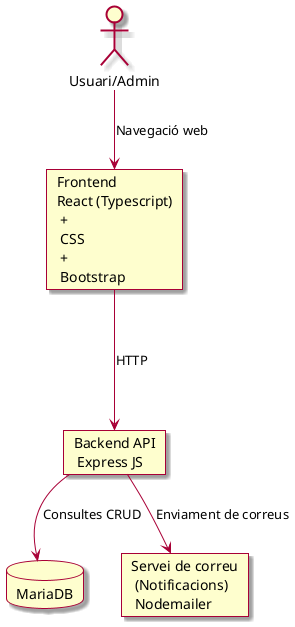
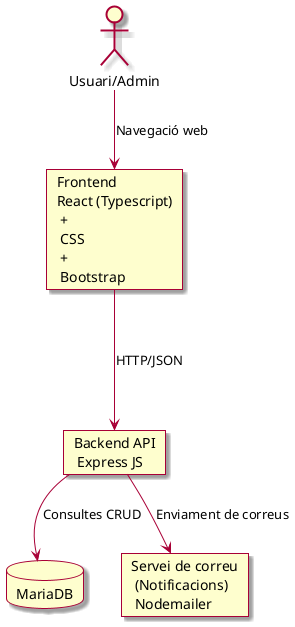
@startuml

skin rose

actor "Usuari/Admin"

card "Frontend\nReact (Typescript)\n +\n CSS\n +\n Bootstrap"

card "Backend API\n Express JS"

database "MariaDB"

card "Servei de correu\n (Notificacions)\n Nodemailer"

"Usuari/Admin" --> "Frontend\nReact (Typescript)\n +\n CSS\n +\n Bootstrap" : Navegació web

- "Frontend\nReact (Typescript)\n +\n CSS\n +\n Bootstrap" ---> "Backend API\n Express JS" : HTTP
+ "Frontend\nReact (Typescript)\n +\n CSS\n +\n Bootstrap" ---> "Backend API\n Express JS" : HTTP/JSON

"Backend API\n Express JS" --> "MariaDB" : Consultes CRUD

"Backend API\n Express JS" --> "Servei de correu\n (Notificacions)\n Nodemailer" : Enviament de correus

@enduml